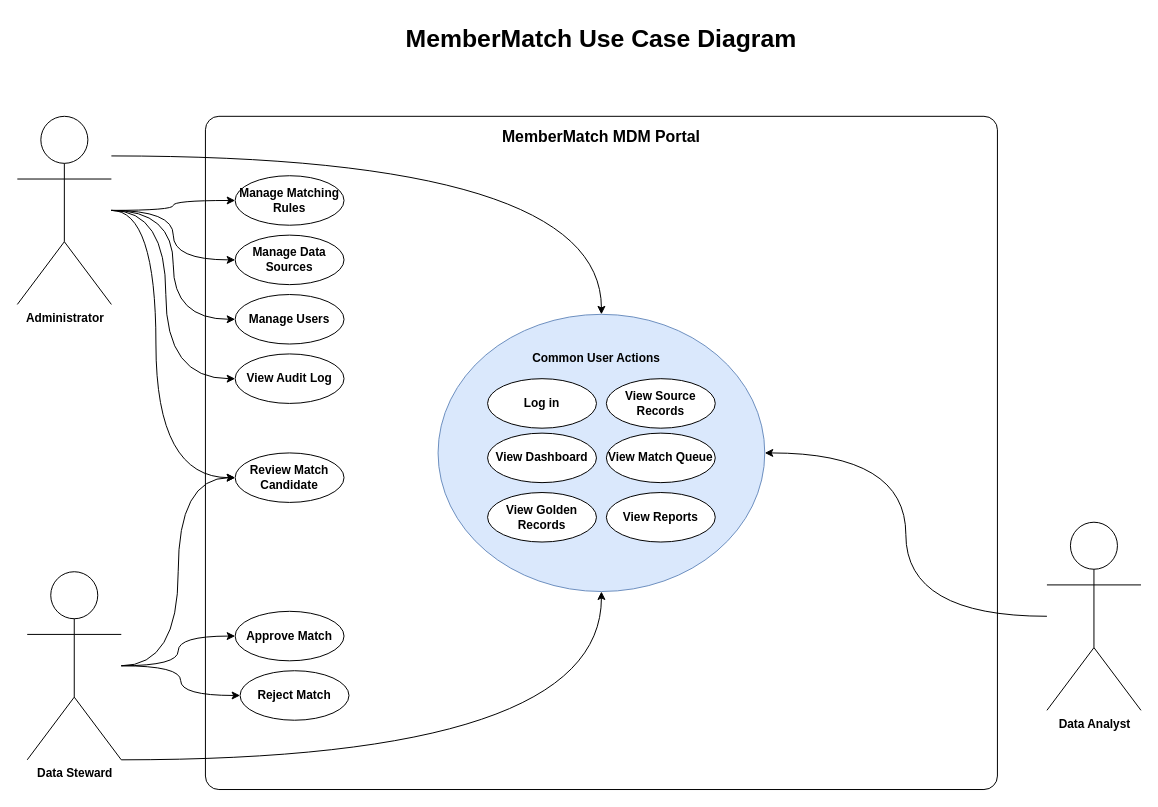
Earlier version of the draw.io diagram docs/diagrams/member_match_use_case.drawio (Will-Dance-Prosser/roadsideassist-web-app). Source tidied: cells renumbered, new cells numbered last; positions are measured from the earlier drawing's top-left corner, leaving out a move shared by most shapes. Both pictures are drawn from the tidied source at 99%, with x=0, y=0 at pixel (17, 17).
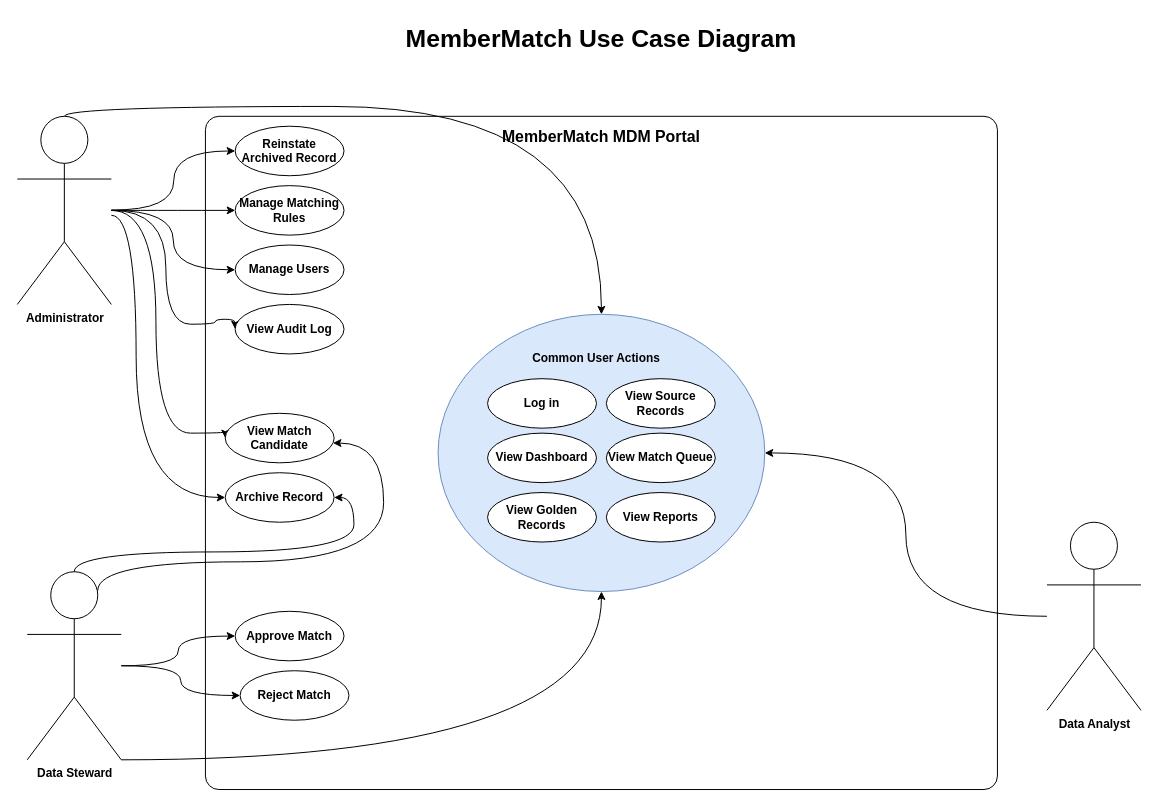
Above is the later version.

The change refers to these unchanged cells:
```xml
<mxCell id="3" style="ellipse;whiteSpace=wrap;html=1;fillColor=#dae8fc;strokeColor=#6c8ebf;fontStyle=1;" parent="1" vertex="1">
  <mxGeometry x="425" y="300" width="330" height="280" as="geometry" />
</mxCell>
<mxCell id="10" value="Administrator" style="shape=umlActor;verticalLabelPosition=bottom;verticalAlign=top;html=1;outlineConnect=0;fontStyle=1;" parent="1" vertex="1">
  <mxGeometry y="100" width="95" height="190" as="geometry" />
</mxCell>
<mxCell id="13" value="Data Steward" style="shape=umlActor;verticalLabelPosition=bottom;verticalAlign=top;html=1;outlineConnect=0;fontStyle=1;" parent="1" vertex="1">
  <mxGeometry x="10" y="560" width="95" height="190" as="geometry" />
</mxCell>
```

Diff of the diagram source:
```diff
@@
-    <mxCell id="5" style="edgeStyle=orthogonalEdgeStyle;rounded=0;jettySize=auto;html=1;entryX=0;entryY=0.5;entryDx=0;entryDy=0;curved=1;fontStyle=1;" parent="1" edge="1" source="10" target="14">
-      <mxGeometry relative="1" as="geometry" />
-    </mxCell>
@@
     <mxCell id="7" style="edgeStyle=orthogonalEdgeStyle;rounded=0;jettySize=auto;html=1;entryX=0;entryY=0.5;entryDx=0;entryDy=0;curved=1;fontStyle=1;" parent="1" edge="1" source="10" target="18">
       <mxGeometry relative="1" as="geometry">
         <Array as="points">
           <mxPoint x="140" y="195" />
-          <mxPoint x="140" y="465" />
+          <mxPoint x="140" y="420" />
+          <mxPoint x="210" y="420" />
         </Array>
       </mxGeometry>
     </mxCell>
     <mxCell id="8" style="edgeStyle=orthogonalEdgeStyle;rounded=0;jettySize=auto;html=1;entryX=0.5;entryY=0;entryDx=0;entryDy=0;curved=1;fontStyle=1;" parent="1" edge="1" source="10" target="3">
       <mxGeometry relative="1" as="geometry">
         <Array as="points">
-          <mxPoint x="590" y="140" />
+          <mxPoint x="48" y="90" />
+          <mxPoint x="590" y="90" />
         </Array>
       </mxGeometry>
     </mxCell>
     <mxCell id="9" style="edgeStyle=orthogonalEdgeStyle;rounded=0;jettySize=auto;html=1;entryX=0;entryY=0.5;entryDx=0;entryDy=0;curved=1;fontStyle=1;" parent="1" edge="1" source="10" target="16">
       <mxGeometry relative="1" as="geometry">
         <Array as="points">
           <mxPoint x="150" y="195" />
-          <mxPoint x="150" y="365" />
+          <mxPoint x="150" y="310" />
+          <mxPoint x="200" y="310" />
+          <mxPoint x="200" y="305" />
         </Array>
       </mxGeometry>
     </mxCell>
@@
-    <mxCell id="14" value="Manage Data Sources" style="ellipse;whiteSpace=wrap;html=1;fontStyle=1;" parent="1" vertex="1">
-      <mxGeometry x="220" y="220" width="110" height="50" as="geometry" />
-    </mxCell>
     <mxCell id="15" value="Manage Matching Rules" style="ellipse;whiteSpace=wrap;html=1;fontStyle=1;" parent="1" vertex="1">
-      <mxGeometry x="220" y="160" width="110" height="50" as="geometry" />
+      <mxGeometry x="220" y="170" width="110" height="50" as="geometry" />
     </mxCell>
     <mxCell id="16" value="View Audit Log" style="ellipse;whiteSpace=wrap;html=1;fontStyle=1;" parent="1" vertex="1">
-      <mxGeometry x="220" y="340" width="110" height="50" as="geometry" />
+      <mxGeometry x="220" y="290" width="110" height="50" as="geometry" />
     </mxCell>
     <mxCell id="17" value="Manage Users" style="ellipse;whiteSpace=wrap;html=1;fontStyle=1;" parent="1" vertex="1">
-      <mxGeometry x="220" y="280" width="110" height="50" as="geometry" />
+      <mxGeometry x="220" y="230" width="110" height="50" as="geometry" />
     </mxCell>
-    <mxCell id="18" value="Review Match Candidate" style="ellipse;whiteSpace=wrap;html=1;fontStyle=1;" parent="1" vertex="1">
-      <mxGeometry x="220" y="440" width="110" height="50" as="geometry" />
+    <mxCell id="18" value="View Match Candidate" style="ellipse;whiteSpace=wrap;html=1;fontStyle=1;" parent="1" vertex="1">
+      <mxGeometry x="210" y="400" width="110" height="50" as="geometry" />
     </mxCell>
@@
-    <mxCell id="25" style="edgeStyle=orthogonalEdgeStyle;rounded=0;jettySize=auto;html=1;entryX=0;entryY=0.5;entryDx=0;entryDy=0;curved=1;fontStyle=1;" parent="1" edge="1" source="13" target="18">
-      <mxGeometry relative="1" as="geometry" />
+    <mxCell id="25" style="edgeStyle=orthogonalEdgeStyle;rounded=0;jettySize=auto;html=1;entryX=1;entryY=0.5;entryDx=0;entryDy=0;curved=1;fontStyle=1;" parent="1" edge="1" source="13" target="34">
+      <mxGeometry relative="1" as="geometry">
+        <Array as="points">
+          <mxPoint x="58" y="540" />
+          <mxPoint x="340" y="540" />
+          <mxPoint x="340" y="485" />
+        </Array>
+      </mxGeometry>
     </mxCell>
@@
+    <mxCell id="34" value="Archive Record" style="ellipse;whiteSpace=wrap;html=1;fontStyle=1;" parent="1" vertex="1">
+      <mxGeometry x="210" y="460" width="110" height="50" as="geometry" />
+    </mxCell>
+    <mxCell id="35" style="edgeStyle=orthogonalEdgeStyle;rounded=0;jettySize=auto;html=1;entryX=0;entryY=0.5;entryDx=0;entryDy=0;curved=1;fontStyle=1;" parent="1" edge="1" source="10" target="34">
+      <mxGeometry relative="1" as="geometry">
+        <Array as="points">
+          <mxPoint x="120" y="200" />
+          <mxPoint x="120" y="485" />
+        </Array>
+      </mxGeometry>
+    </mxCell>
+    <mxCell id="36" style="edgeStyle=orthogonalEdgeStyle;rounded=0;jettySize=auto;html=1;curved=1;fontStyle=1;exitX=0.75;exitY=0.1;exitDx=0;exitDy=0;exitPerimeter=0;" parent="1" edge="1" source="13" target="18">
+      <mxGeometry relative="1" as="geometry">
+        <Array as="points">
+          <mxPoint x="81" y="550" />
+          <mxPoint x="370" y="550" />
+          <mxPoint x="370" y="430" />
+        </Array>
+      </mxGeometry>
+    </mxCell>
+    <mxCell id="37" value="Reinstate Archived Record" style="ellipse;whiteSpace=wrap;html=1;fontStyle=1;" parent="1" vertex="1">
+      <mxGeometry x="220" y="110" width="110" height="50" as="geometry" />
+    </mxCell>
+    <mxCell id="38" style="edgeStyle=orthogonalEdgeStyle;rounded=0;jettySize=auto;html=1;entryX=0;entryY=0.5;entryDx=0;entryDy=0;curved=1;fontStyle=1;" parent="1" edge="1" target="37">
+      <mxGeometry relative="1" as="geometry">
+        <mxPoint x="95" y="194.6" as="sourcePoint" />
+      </mxGeometry>
+    </mxCell>
```
